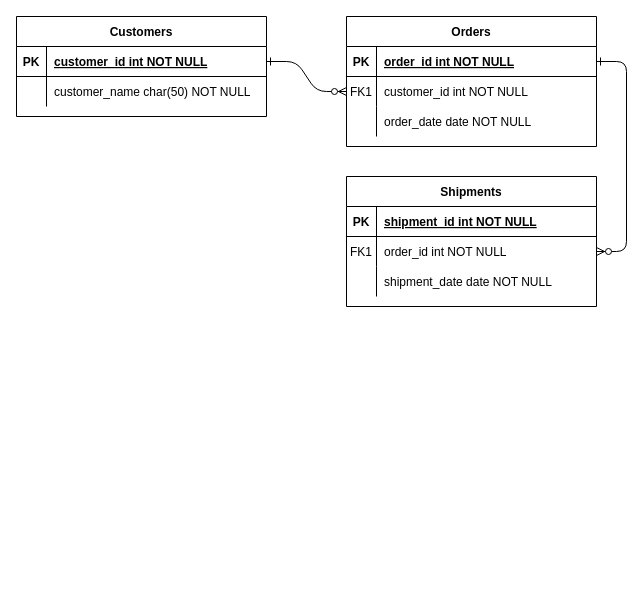
Before: Untitled Diagram.drawio in tatianazhemantseva/entity-model, a draw.io diagram. Source tidied: cells renumbered, new cells numbered last; positions are measured from the earlier drawing's top-left corner, leaving out a move shared by most shapes. Both pictures are drawn from the tidied source at 100%, with x=0, y=0 at pixel (16, 16).
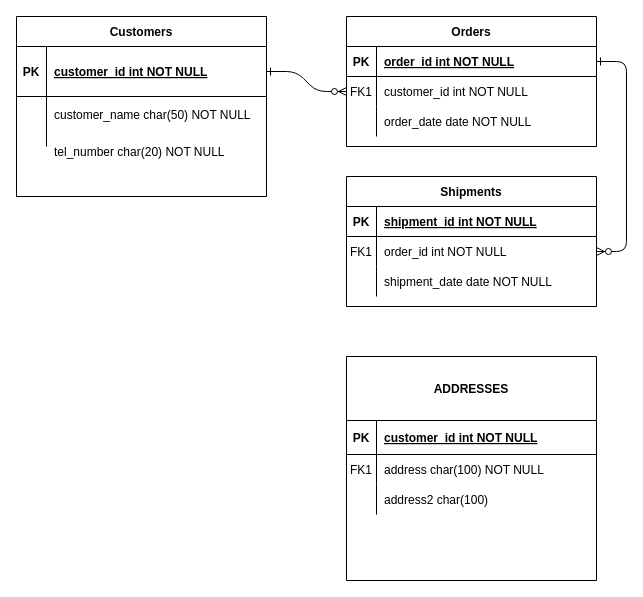
Above is the later version.

The edit, as a diff of the source:
```diff
@@
     <mxCell id="24" value="Customers" style="shape=table;startSize=30;childLayout=tableLayout;rowLines=0;fontStyle=1;align=center;" parent="1" vertex="1">
-      <mxGeometry width="250" height="100" as="geometry" />
+      <mxGeometry width="250" height="180" as="geometry" />
     </mxCell>
     <mxCell id="25" style="shape=partialRectangle;fillColor=none;points=[[0,0.5],[1,0.5]];portConstraint=eastwest;top=0;left=0;right=0;bottom=1;" parent="24" vertex="1">
-      <mxGeometry y="30" width="250" height="30" as="geometry" />
+      <mxGeometry y="30" width="250" height="50" as="geometry" />
     </mxCell>
     <mxCell id="26" value="PK" style="shape=partialRectangle;overflow=hidden;fillColor=none;top=0;left=0;bottom=0;right=0;fontStyle=1;" parent="25" vertex="1">
-      <mxGeometry width="30" height="30" as="geometry" />
+      <mxGeometry width="30" height="50" as="geometry" />
     </mxCell>
     <mxCell id="27" value="customer_id int NOT NULL " style="shape=partialRectangle;overflow=hidden;fillColor=none;top=0;left=0;bottom=0;right=0;align=left;spacingLeft=6;fontStyle=5;" parent="25" vertex="1">
-      <mxGeometry x="30" width="220" height="30" as="geometry" />
+      <mxGeometry x="30" width="220" height="50" as="geometry" />
     </mxCell>
     <mxCell id="28" style="shape=partialRectangle;fillColor=none;top=0;left=0;right=0;bottom=0;" parent="24" vertex="1">
-      <mxGeometry y="60" width="250" height="30" as="geometry" />
+      <mxGeometry y="80" width="250" height="50" as="geometry" />
     </mxCell>
     <mxCell id="29" style="shape=partialRectangle;overflow=hidden;fillColor=none;top=0;left=0;bottom=0;right=0;" parent="28" vertex="1">
-      <mxGeometry width="30" height="30" as="geometry" />
+      <mxGeometry width="30" height="50" as="geometry" />
     </mxCell>
-    <mxCell id="30" value="customer_name char(50) NOT NULL" style="shape=partialRectangle;overflow=hidden;fillColor=none;top=0;left=0;bottom=0;right=0;align=left;spacingLeft=6;" parent="28" vertex="1">
-      <mxGeometry x="30" width="220" height="30" as="geometry" />
+    <mxCell id="30" value="customer_name char(50) NOT NULL&#10;" style="shape=partialRectangle;overflow=hidden;fillColor=none;top=0;left=0;bottom=0;right=0;align=left;spacingLeft=6;" parent="28" vertex="1">
+      <mxGeometry x="30" width="220" height="50" as="geometry" />
     </mxCell>
+    <mxCell id="31" value="ADDRESSES" style="shape=table;startSize=64;childLayout=tableLayout;rowLines=0;fontStyle=1;align=center;" parent="1" vertex="1">
+      <mxGeometry x="330" y="340" width="250" height="224" as="geometry" />
+    </mxCell>
+    <mxCell id="32" style="shape=partialRectangle;fillColor=none;top=0;left=0;right=0;bottom=1;" parent="31" vertex="1">
+      <mxGeometry y="64" width="250" height="34" as="geometry" />
+    </mxCell>
+    <mxCell id="33" value="PK" style="shape=partialRectangle;overflow=hidden;fillColor=none;top=0;left=0;bottom=0;right=0;fontStyle=1;" parent="32" vertex="1">
+      <mxGeometry width="30" height="34" as="geometry" />
+    </mxCell>
+    <mxCell id="34" value="customer_id int NOT NULL " style="shape=partialRectangle;overflow=hidden;fillColor=none;top=0;left=0;bottom=0;right=0;align=left;spacingLeft=6;fontStyle=5;" parent="32" vertex="1">
+      <mxGeometry x="30" width="220" height="34" as="geometry" />
+    </mxCell>
+    <mxCell id="35" style="shape=partialRectangle;fillColor=none;top=0;left=0;right=0;bottom=0;" parent="31" vertex="1">
+      <mxGeometry y="98" width="250" height="30" as="geometry" />
+    </mxCell>
+    <mxCell id="36" value="FK1" style="shape=partialRectangle;overflow=hidden;fillColor=none;top=0;left=0;bottom=0;right=0;" parent="35" vertex="1">
+      <mxGeometry width="30" height="30" as="geometry" />
+    </mxCell>
+    <mxCell id="37" value="address char(100) NOT NULL" style="shape=partialRectangle;overflow=hidden;fillColor=none;top=0;left=0;bottom=0;right=0;align=left;spacingLeft=6;" parent="35" vertex="1">
+      <mxGeometry x="30" width="220" height="30" as="geometry" />
+    </mxCell>
+    <mxCell id="38" style="shape=partialRectangle;fillColor=none;top=0;left=0;right=0;bottom=0;" parent="31" vertex="1">
+      <mxGeometry y="128" width="250" height="30" as="geometry" />
+    </mxCell>
+    <mxCell id="39" style="shape=partialRectangle;overflow=hidden;fillColor=none;top=0;left=0;bottom=0;right=0;" parent="38" vertex="1">
+      <mxGeometry width="30" height="30" as="geometry" />
+    </mxCell>
+    <mxCell id="40" value="address2 char(100)" style="shape=partialRectangle;overflow=hidden;fillColor=none;top=0;left=0;bottom=0;right=0;align=left;spacingLeft=6;" parent="38" vertex="1">
+      <mxGeometry x="30" width="220" height="30" as="geometry" />
+    </mxCell>
+    <mxCell id="41" value="tel_number char(20) NOT NULL" style="shape=partialRectangle;overflow=hidden;fillColor=none;top=0;left=0;bottom=0;right=0;align=left;spacingLeft=6;" parent="1" vertex="1">
+      <mxGeometry x="30" y="120" width="220" height="30" as="geometry" />
+    </mxCell>
```
